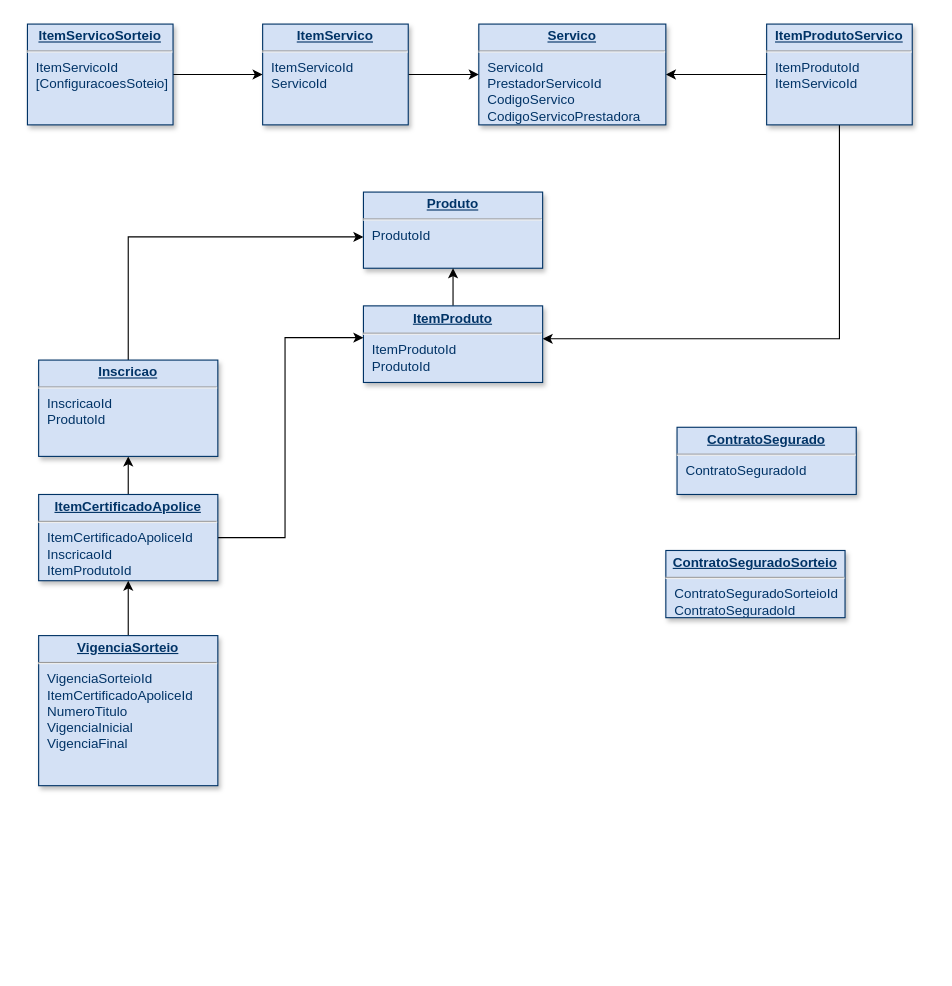
This is io/Diagrama sem nome.drawio.xml from Bruno-N-Fernandes/draw, a draw.io file, before an edit. Source tidied: cells renumbered, new cells numbered last; positions are measured from the earlier drawing's top-left corner, leaving out a move shared by most shapes. Both pictures are drawn from the tidied source at 112%, with x=0, y=0 at pixel (27, 24).
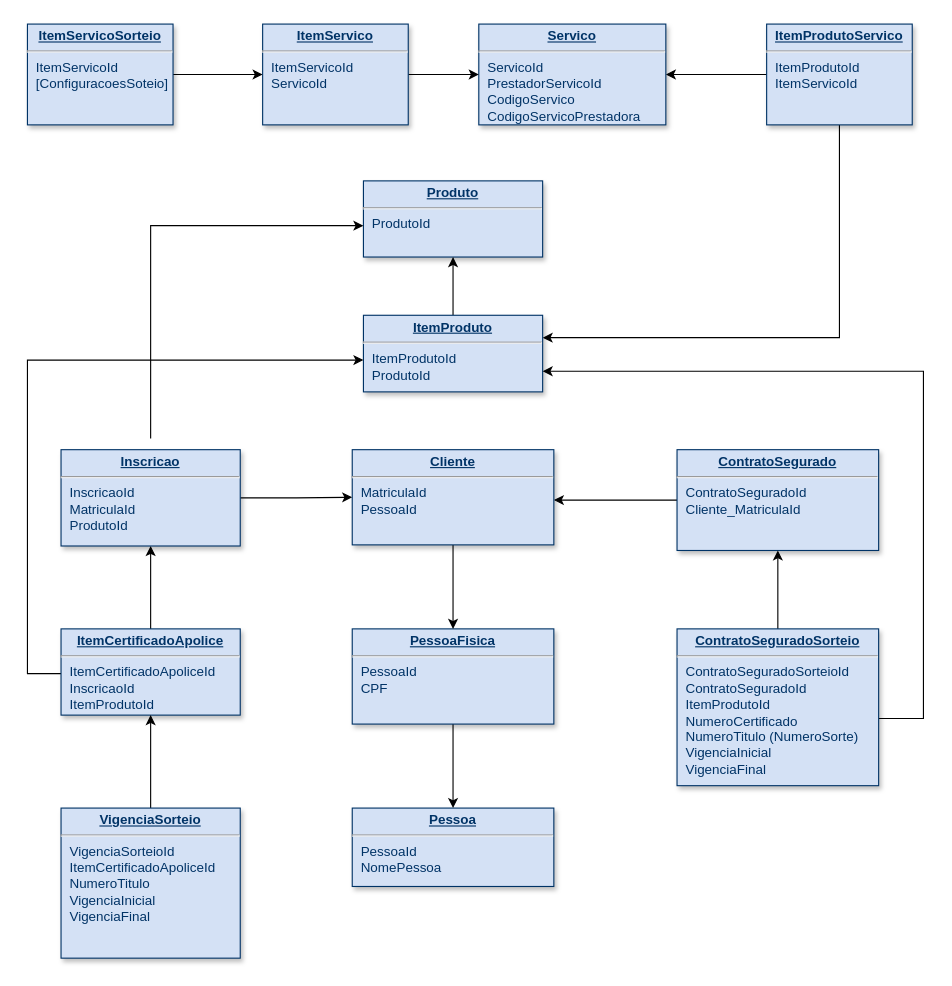
The same page after the edit.

Unchanged cells that the change refers to:
```xml
<mxCell id="4" value="&lt;p style=&quot;margin: 0px; margin-top: 4px; text-align: center; text-decoration: underline;&quot;&gt;&lt;strong&gt;ItemProdutoServico&lt;/strong&gt;&lt;/p&gt;&lt;hr&gt;&lt;p style=&quot;margin: 0px; margin-left: 8px;&quot;&gt;ItemProdutoId&lt;/p&gt;&lt;p style=&quot;margin: 0px; margin-left: 8px;&quot;&gt;ItemServicoId&lt;/p&gt;" style="verticalAlign=top;align=left;overflow=fill;fontSize=12;fontFamily=Helvetica;html=1;strokeColor=#003366;shadow=1;fillColor=#D4E1F5;fontColor=#003366;" parent="1" vertex="1">
  <mxGeometry x="660" width="130" height="90" as="geometry" />
</mxCell>
```

Diff of the diagram source:
```diff
@@
     <mxCell id="3" style="edgeStyle=orthogonalEdgeStyle;rounded=0;jettySize=auto;html=1;" parent="1" edge="1" source="4" target="7">
       <mxGeometry relative="1" as="geometry">
         <Array as="points">
-          <mxPoint x="725" y="281" />
+          <mxPoint x="725" y="280" />
         </Array>
       </mxGeometry>
     </mxCell>
@@
     <mxCell id="5" value="&lt;p style=&quot;margin: 0px; margin-top: 4px; text-align: center; text-decoration: underline;&quot;&gt;&lt;strong&gt;Produto&lt;/strong&gt;&lt;/p&gt;&lt;hr&gt;&lt;p style=&quot;margin: 0px; margin-left: 8px;&quot;&gt;ProdutoId&lt;/p&gt;" style="verticalAlign=top;align=left;overflow=fill;fontSize=12;fontFamily=Helvetica;html=1;strokeColor=#003366;shadow=1;fillColor=#D4E1F5;fontColor=#003366;" parent="1" vertex="1">
-      <mxGeometry x="300" y="150" width="160" height="68" as="geometry" />
+      <mxGeometry x="300" y="140" width="160" height="68" as="geometry" />
     </mxCell>
@@
     <mxCell id="7" value="&lt;p style=&quot;margin: 0px; margin-top: 4px; text-align: center; text-decoration: underline;&quot;&gt;&lt;strong&gt;ItemProduto&lt;/strong&gt;&lt;/p&gt;&lt;hr&gt;&lt;p style=&quot;margin: 0px; margin-left: 8px;&quot;&gt;ItemProdutoId&lt;/p&gt;&lt;p style=&quot;margin: 0px; margin-left: 8px;&quot;&gt;ProdutoId&lt;/p&gt;" style="verticalAlign=top;align=left;overflow=fill;fontSize=12;fontFamily=Helvetica;html=1;strokeColor=#003366;shadow=1;fillColor=#D4E1F5;fontColor=#003366;" parent="1" vertex="1">
-      <mxGeometry x="300" y="251.6" width="160" height="68.4" as="geometry" />
+      <mxGeometry x="300" y="260" width="160" height="68.4" as="geometry" />
     </mxCell>
@@
     <mxCell id="13" style="edgeStyle=orthogonalEdgeStyle;rounded=0;jettySize=auto;html=1;" parent="1" edge="1" source="15" target="7">
       <mxGeometry relative="1" as="geometry">
         <Array as="points">
-          <mxPoint x="230" y="459" />
-          <mxPoint x="230" y="280" />
+          <mxPoint y="580" />
+          <mxPoint y="300" />
         </Array>
       </mxGeometry>
     </mxCell>
@@
     <mxCell id="15" value="&lt;p style=&quot;margin: 0px; margin-top: 4px; text-align: center; text-decoration: underline;&quot;&gt;&lt;strong&gt;ItemCertificadoApolice&lt;/strong&gt;&lt;/p&gt;&lt;hr&gt;&lt;p style=&quot;margin: 0px; margin-left: 8px;&quot;&gt;ItemCertificadoApoliceId&lt;/p&gt;&lt;p style=&quot;margin: 0px; margin-left: 8px;&quot;&gt;InscricaoId&lt;/p&gt;&lt;p style=&quot;margin: 0px; margin-left: 8px;&quot;&gt;ItemProdutoId&lt;/p&gt;" style="verticalAlign=top;align=left;overflow=fill;fontSize=12;fontFamily=Helvetica;html=1;strokeColor=#003366;shadow=1;fillColor=#D4E1F5;fontColor=#003366;" parent="1" vertex="1">
-      <mxGeometry x="10" y="420" width="160" height="77" as="geometry" />
+      <mxGeometry x="30" y="540" width="160" height="77" as="geometry" />
     </mxCell>
@@
     <mxCell id="17" value="&lt;p style=&quot;margin: 0px; margin-top: 4px; text-align: center; text-decoration: underline;&quot;&gt;&lt;strong&gt;VigenciaSorteio&lt;/strong&gt;&lt;/p&gt;&lt;hr&gt;&lt;p style=&quot;margin: 0px; margin-left: 8px;&quot;&gt;VigenciaSorteioId&lt;/p&gt;&lt;p style=&quot;margin: 0px; margin-left: 8px;&quot;&gt;ItemCertificadoApoliceId&lt;br&gt;&lt;/p&gt;&lt;p style=&quot;margin: 0px; margin-left: 8px;&quot;&gt;NumeroTitulo&lt;/p&gt;&lt;p style=&quot;margin: 0px; margin-left: 8px;&quot;&gt;VigenciaInicial&lt;/p&gt;&lt;p style=&quot;margin: 0px; margin-left: 8px;&quot;&gt;VigenciaFinal&lt;/p&gt;" style="verticalAlign=top;align=left;overflow=fill;fontSize=12;fontFamily=Helvetica;html=1;strokeColor=#003366;shadow=1;fillColor=#D4E1F5;fontColor=#003366;" parent="1" vertex="1">
-      <mxGeometry x="10" y="546" width="160" height="134" as="geometry" />
+      <mxGeometry x="30" y="700" width="160" height="134" as="geometry" />
     </mxCell>
-    <mxCell id="18" style="edgeStyle=orthogonalEdgeStyle;rounded=0;jettySize=auto;html=1;" parent="1" edge="1" source="19" target="5">
+    <mxCell id="18" style="edgeStyle=orthogonalEdgeStyle;rounded=0;orthogonalLoop=1;jettySize=auto;html=1;" parent="1" edge="1">
       <mxGeometry relative="1" as="geometry">
+        <mxPoint x="110" y="370" as="sourcePoint" />
+        <mxPoint x="300" y="180" as="targetPoint" />
         <Array as="points">
-          <mxPoint x="90" y="190" />
+          <mxPoint x="110" y="180" />
         </Array>
       </mxGeometry>
     </mxCell>
+    <mxCell id="22" style="edgeStyle=orthogonalEdgeStyle;rounded=0;jettySize=auto;html=1;" parent="1" edge="1" source="19" target="30">
+      <mxGeometry relative="1" as="geometry" />
+    </mxCell>
-    <mxCell id="19" value="&lt;p style=&quot;margin: 0px; margin-top: 4px; text-align: center; text-decoration: underline;&quot;&gt;&lt;strong&gt;Inscricao&lt;/strong&gt;&lt;/p&gt;&lt;hr&gt;&lt;p style=&quot;margin: 0px; margin-left: 8px;&quot;&gt;InscricaoId&lt;/p&gt;&lt;p style=&quot;margin: 0px; margin-left: 8px;&quot;&gt;ProdutoId&lt;/p&gt;" style="verticalAlign=top;align=left;overflow=fill;fontSize=12;fontFamily=Helvetica;html=1;strokeColor=#003366;shadow=1;fillColor=#D4E1F5;fontColor=#003366;" parent="1" vertex="1">
-      <mxGeometry x="10" y="300" width="160" height="86" as="geometry" />
+    <mxCell id="19" value="&lt;p style=&quot;margin: 0px; margin-top: 4px; text-align: center; text-decoration: underline;&quot;&gt;&lt;strong&gt;Inscricao&lt;/strong&gt;&lt;/p&gt;&lt;hr&gt;&lt;p style=&quot;margin: 0px; margin-left: 8px;&quot;&gt;InscricaoId&lt;/p&gt;&lt;p style=&quot;margin: 0px; margin-left: 8px;&quot;&gt;MatriculaId&lt;/p&gt;&lt;p style=&quot;margin: 0px; margin-left: 8px;&quot;&gt;ProdutoId&lt;/p&gt;" style="verticalAlign=top;align=left;overflow=fill;fontSize=12;fontFamily=Helvetica;html=1;strokeColor=#003366;shadow=1;fillColor=#D4E1F5;fontColor=#003366;" parent="1" vertex="1">
+      <mxGeometry x="30" y="380" width="160" height="86" as="geometry" />
     </mxCell>
+    <mxCell id="23" style="edgeStyle=orthogonalEdgeStyle;rounded=0;jettySize=auto;html=1;" parent="1" edge="1" source="20" target="30">
+      <mxGeometry relative="1" as="geometry">
+        <Array as="points">
+          <mxPoint x="540" y="425" />
+          <mxPoint x="540" y="425" />
+        </Array>
+      </mxGeometry>
+    </mxCell>
-    <mxCell id="20" value="&lt;p style=&quot;margin: 0px; margin-top: 4px; text-align: center; text-decoration: underline;&quot;&gt;&lt;strong&gt;ContratoSegurado&lt;/strong&gt;&lt;/p&gt;&lt;hr&gt;&lt;p style=&quot;margin: 0px; margin-left: 8px;&quot;&gt;ContratoSeguradoId&lt;/p&gt;" style="verticalAlign=top;align=left;overflow=fill;fontSize=12;fontFamily=Helvetica;html=1;strokeColor=#003366;shadow=1;fillColor=#D4E1F5;fontColor=#003366;" parent="1" vertex="1">
-      <mxGeometry x="580" y="360" width="160" height="60" as="geometry" />
+    <mxCell id="20" value="&lt;p style=&quot;margin: 0px; margin-top: 4px; text-align: center; text-decoration: underline;&quot;&gt;&lt;strong&gt;ContratoSegurado&lt;/strong&gt;&lt;/p&gt;&lt;hr&gt;&lt;p style=&quot;margin: 0px; margin-left: 8px;&quot;&gt;ContratoSeguradoId&lt;/p&gt;&lt;p style=&quot;margin: 0px; margin-left: 8px;&quot;&gt;Cliente_MatriculaId&lt;/p&gt;" style="verticalAlign=top;align=left;overflow=fill;fontSize=12;fontFamily=Helvetica;html=1;strokeColor=#003366;shadow=1;fillColor=#D4E1F5;fontColor=#003366;" parent="1" vertex="1">
+      <mxGeometry x="580" y="380" width="180" height="90" as="geometry" />
     </mxCell>
+    <mxCell id="24" style="edgeStyle=orthogonalEdgeStyle;rounded=0;jettySize=auto;html=1;" parent="1" edge="1" source="21" target="20">
+      <mxGeometry relative="1" as="geometry" />
+    </mxCell>
+    <mxCell id="25" style="edgeStyle=orthogonalEdgeStyle;rounded=0;jettySize=auto;html=1;" parent="1" edge="1" source="21" target="7">
+      <mxGeometry relative="1" as="geometry">
+        <Array as="points">
+          <mxPoint x="800" y="620" />
+          <mxPoint x="800" y="310" />
+        </Array>
+      </mxGeometry>
+    </mxCell>
-    <mxCell id="21" value="&lt;p style=&quot;margin: 0px; margin-top: 4px; text-align: center; text-decoration: underline;&quot;&gt;&lt;strong&gt;ContratoSeguradoSorteio&lt;/strong&gt;&lt;/p&gt;&lt;hr&gt;&lt;p style=&quot;margin: 0px; margin-left: 8px;&quot;&gt;ContratoSeguradoSorteio&lt;span style=&quot;background-color: initial;&quot;&gt;Id&lt;/span&gt;&lt;/p&gt;&lt;p style=&quot;margin: 0px; margin-left: 8px;&quot;&gt;ContratoSeguradoId&lt;br&gt;&lt;/p&gt;" style="verticalAlign=top;align=left;overflow=fill;fontSize=12;fontFamily=Helvetica;html=1;strokeColor=#003366;shadow=1;fillColor=#D4E1F5;fontColor=#003366;" parent="1" vertex="1">
-      <mxGeometry x="570" y="470" width="160" height="60" as="geometry" />
+    <mxCell id="21" value="&lt;p style=&quot;margin: 0px; margin-top: 4px; text-align: center; text-decoration: underline;&quot;&gt;&lt;strong&gt;ContratoSeguradoSorteio&lt;/strong&gt;&lt;/p&gt;&lt;hr&gt;&lt;p style=&quot;margin: 0px; margin-left: 8px;&quot;&gt;ContratoSeguradoSorteio&lt;span style=&quot;background-color: initial;&quot;&gt;Id&lt;/span&gt;&lt;/p&gt;&lt;p style=&quot;margin: 0px; margin-left: 8px;&quot;&gt;ContratoSeguradoId&lt;br&gt;&lt;/p&gt;&lt;p style=&quot;margin: 0px; margin-left: 8px;&quot;&gt;ItemProdutoId&lt;/p&gt;&lt;p style=&quot;margin: 0px; margin-left: 8px;&quot;&gt;NumeroCertificado&lt;/p&gt;&lt;p style=&quot;margin: 0px; margin-left: 8px;&quot;&gt;NumeroTitulo (NumeroSorte)&lt;/p&gt;&lt;p style=&quot;margin: 0px; margin-left: 8px;&quot;&gt;VigenciaInicial&lt;/p&gt;&lt;p style=&quot;margin: 0px; margin-left: 8px;&quot;&gt;VigenciaFinal&lt;/p&gt;" style="verticalAlign=top;align=left;overflow=fill;fontSize=12;fontFamily=Helvetica;html=1;strokeColor=#003366;shadow=1;fillColor=#D4E1F5;fontColor=#003366;" parent="1" vertex="1">
+      <mxGeometry x="580" y="540" width="180" height="140" as="geometry" />
     </mxCell>
+    <mxCell id="26" value="&lt;p style=&quot;margin: 0px; margin-top: 4px; text-align: center; text-decoration: underline;&quot;&gt;&lt;strong&gt;Pessoa&lt;/strong&gt;&lt;/p&gt;&lt;hr&gt;&lt;p style=&quot;margin: 0px; margin-left: 8px;&quot;&gt;PessoaId&lt;/p&gt;&lt;p style=&quot;margin: 0px; margin-left: 8px;&quot;&gt;NomePessoa&lt;/p&gt;" style="verticalAlign=top;align=left;overflow=fill;fontSize=12;fontFamily=Helvetica;html=1;strokeColor=#003366;shadow=1;fillColor=#D4E1F5;fontColor=#003366;" parent="1" vertex="1">
+      <mxGeometry x="290" y="700" width="180" height="70" as="geometry" />
+    </mxCell>
+    <mxCell id="27" style="edgeStyle=orthogonalEdgeStyle;rounded=0;jettySize=auto;html=1;" parent="1" edge="1" source="28" target="26">
+      <mxGeometry relative="1" as="geometry" />
+    </mxCell>
+    <mxCell id="28" value="&lt;p style=&quot;border-color: var(--border-color); text-decoration-line: underline; margin: 4px 0px 0px; text-align: center;&quot;&gt;&lt;strong style=&quot;border-color: var(--border-color);&quot;&gt;PessoaFisica&lt;/strong&gt;&lt;/p&gt;&lt;hr style=&quot;border-color: var(--border-color);&quot;&gt;&lt;p style=&quot;border-color: var(--border-color); margin: 0px 0px 0px 8px;&quot;&gt;PessoaId&lt;/p&gt;&lt;p style=&quot;border-color: var(--border-color); margin: 0px 0px 0px 8px;&quot;&gt;CPF&lt;/p&gt;" style="verticalAlign=top;align=left;overflow=fill;fontSize=12;fontFamily=Helvetica;html=1;strokeColor=#003366;shadow=1;fillColor=#D4E1F5;fontColor=#003366;" parent="1" vertex="1">
+      <mxGeometry x="290" y="540" width="180" height="85" as="geometry" />
+    </mxCell>
+    <mxCell id="29" style="edgeStyle=orthogonalEdgeStyle;rounded=0;jettySize=auto;html=1;" parent="1" edge="1" source="30" target="28">
+      <mxGeometry relative="1" as="geometry">
+        <Array as="points">
+          <mxPoint x="380" y="540" />
+          <mxPoint x="380" y="540" />
+        </Array>
+      </mxGeometry>
+    </mxCell>
+    <mxCell id="30" value="&lt;p style=&quot;border-color: var(--border-color); text-decoration-line: underline; margin: 4px 0px 0px; text-align: center;&quot;&gt;&lt;strong style=&quot;border-color: var(--border-color);&quot;&gt;Cliente&lt;/strong&gt;&lt;/p&gt;&lt;hr style=&quot;border-color: var(--border-color);&quot;&gt;&lt;p style=&quot;border-color: var(--border-color); margin: 0px 0px 0px 8px;&quot;&gt;MatriculaId&lt;/p&gt;&lt;p style=&quot;border-color: var(--border-color); margin: 0px 0px 0px 8px;&quot;&gt;PessoaId&lt;/p&gt;" style="verticalAlign=top;align=left;overflow=fill;fontSize=12;fontFamily=Helvetica;html=1;strokeColor=#003366;shadow=1;fillColor=#D4E1F5;fontColor=#003366;" parent="1" vertex="1">
+      <mxGeometry x="290" y="380" width="180" height="85" as="geometry" />
+    </mxCell>
```
